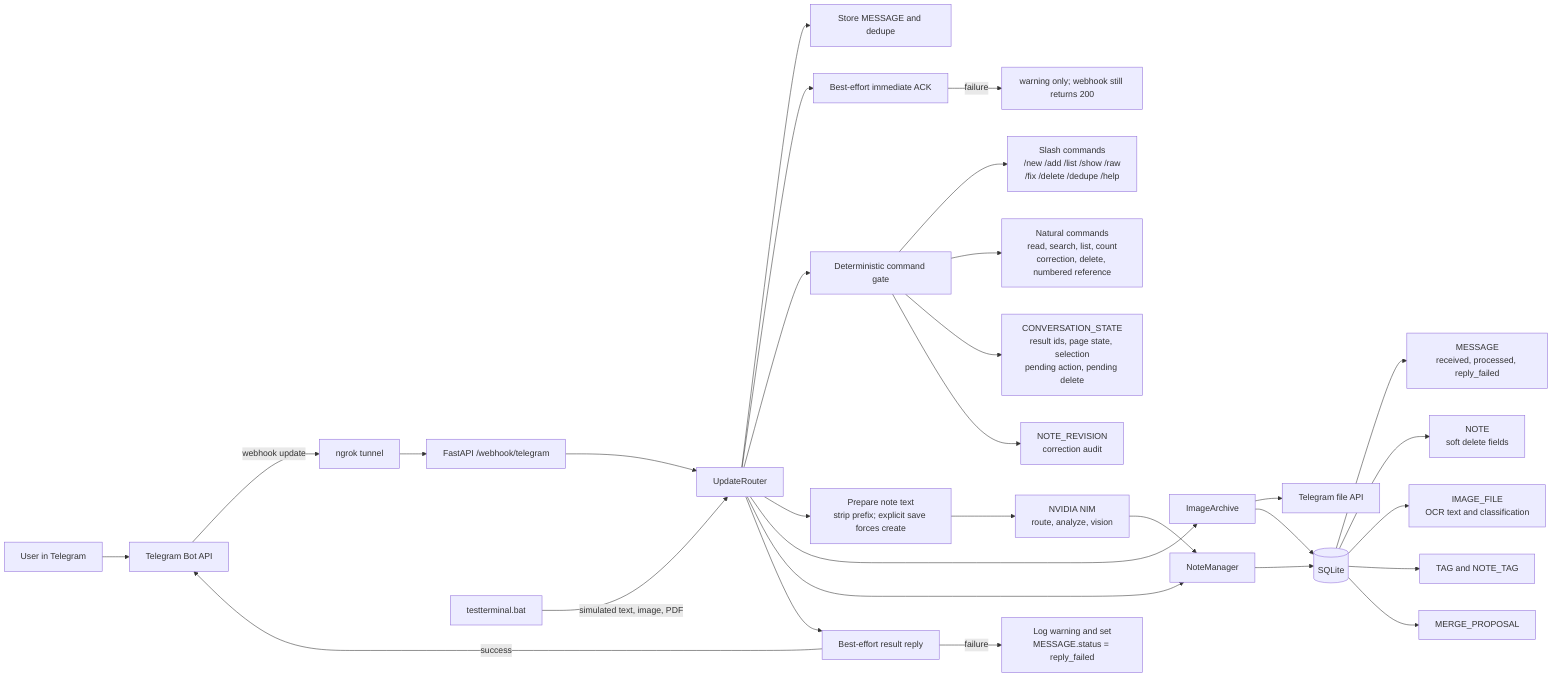
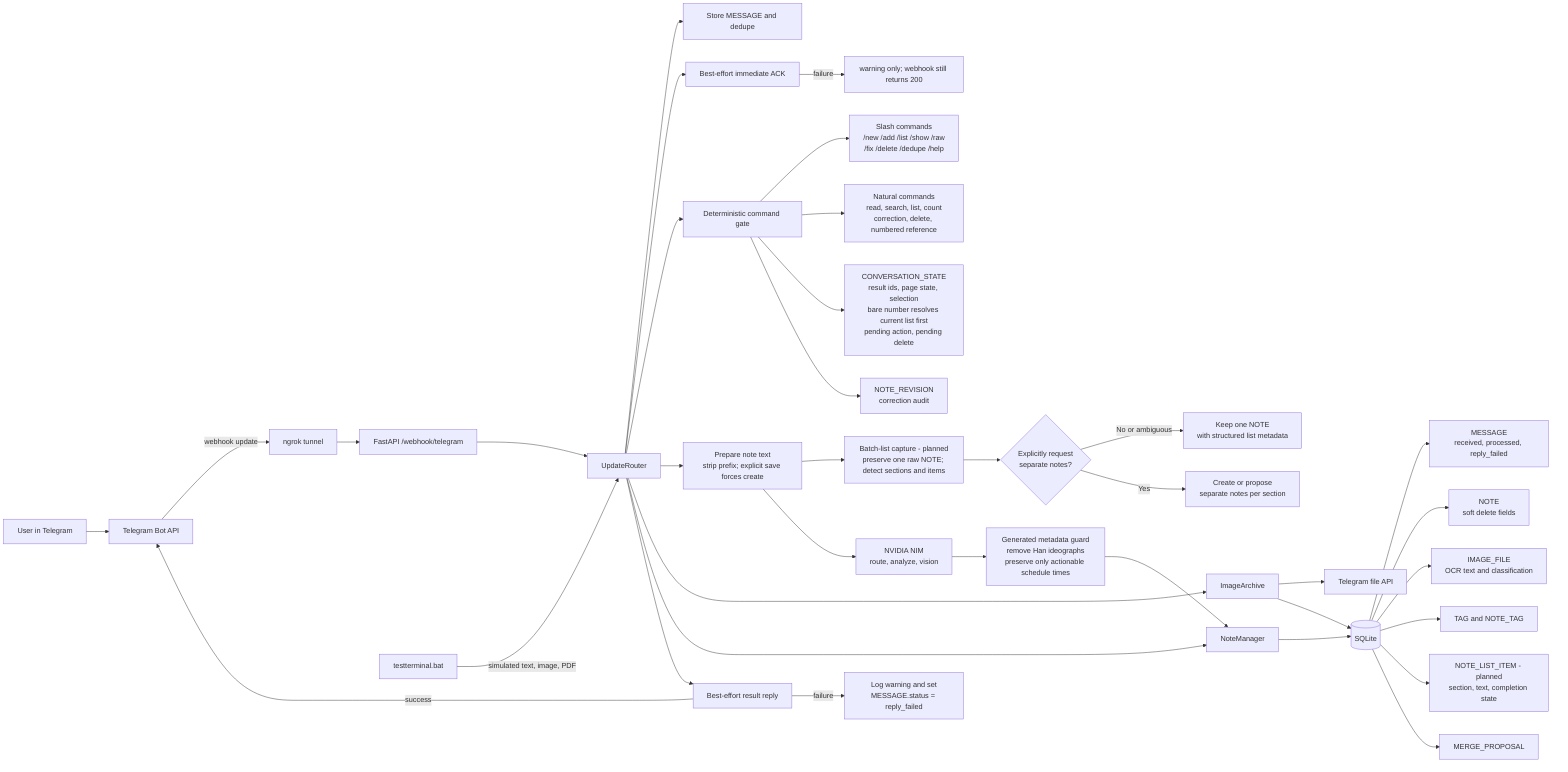
flowchart LR
    User["User in Telegram"] --> Telegram["Telegram Bot API"]
    Telegram -->|webhook update| Tunnel["ngrok tunnel"]
    Tunnel --> API["FastAPI /webhook/telegram"]
    API --> Router["UpdateRouter"]

    Terminal["testterminal.bat"] -->|simulated text, image, PDF| Router

    Router --> Store["Store MESSAGE and dedupe"]
    Router --> Ack["Best-effort immediate ACK"]
    Ack -->|failure| AckLog["warning only; webhook still returns 200"]
    Router --> Gate["Deterministic command gate"]
    Gate --> Slash["Slash commands<br/>/new /add /list /show /raw<br/>/fix /delete /dedupe /help"]
    Gate --> Natural["Natural commands<br/>read, search, list, count<br/>correction, delete, numbered reference"]
-     Gate --> State["CONVERSATION_STATE<br/>result ids, page state, selection<br/>pending action, pending delete"]
+     Gate --> State["CONVERSATION_STATE<br/>result ids, page state, selection<br/>bare number resolves current list first<br/>pending action, pending delete"]
    Gate --> Revision["NOTE_REVISION<br/>correction audit"]

    Router --> Prep["Prepare note text<br/>strip prefix; explicit save forces create"]
+     Prep --> Capture["Batch-list capture - planned<br/>preserve one raw NOTE; detect sections and items"]
+     Capture --> Split{"Explicitly request<br/>separate notes?"}
+     Split -->|No or ambiguous| OneNote["Keep one NOTE<br/>with structured list metadata"]
+     Split -->|Yes| ManyNotes["Create or propose<br/>separate notes per section"]
    Prep --> AI["NVIDIA NIM<br/>route, analyze, vision"]
    Router --> Archive["ImageArchive"]
    Archive --> FileAPI["Telegram file API"]

    Router --> Manager["NoteManager"]
    Manager --> DB[("SQLite")]
    Archive --> DB
-     AI --> Manager
+     AI --> MetadataGuard["Generated metadata guard<br/>remove Han ideographs<br/>preserve only actionable schedule times"]
+     MetadataGuard --> Manager

    DB --> Message["MESSAGE<br/>received, processed, reply_failed"]
    DB --> Note["NOTE<br/>soft delete fields"]
    DB --> Image["IMAGE_FILE<br/>OCR text and classification"]
    DB --> Tags["TAG and NOTE_TAG"]
+     DB --> Items["NOTE_LIST_ITEM - planned<br/>section, text, completion state"]
    DB --> Merge["MERGE_PROPOSAL"]

    Router --> Reply["Best-effort result reply"]
    Reply -->|success| Telegram
-     Reply -->|failure| ReplyFailed["Log warning and set<br/>MESSAGE.status = reply_failed"]+     Reply -->|failure| ReplyFailed["Log warning and set<br/>MESSAGE.status = reply_failed"]
